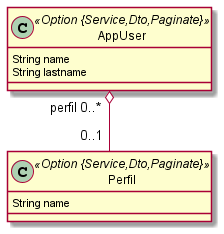
tonporaqui/testjh keeps this PlantUML diagram as myapp.png. Above is the earlier version.
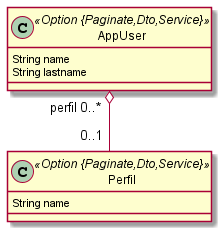
Later version of the same file.

Commit message:
solo son las configuraciones del perfil de java spring.

What changed in the source:
```diff
@@ -1,10 +1,10 @@
 @startuml
 	!pragma syntax class
-	class AppUser <<Option {Service,Dto,Paginate}>> {
+	class AppUser <<Option {Paginate,Dto,Service}>> {
 		String name
 		String lastname
 	}
-	class Perfil <<Option {Service,Dto,Paginate}>> {
+	class Perfil <<Option {Paginate,Dto,Service}>> {
 		String name
 	}
 	AppUser  "perfil 0..* " o-- "0..1 "  Perfil
```
